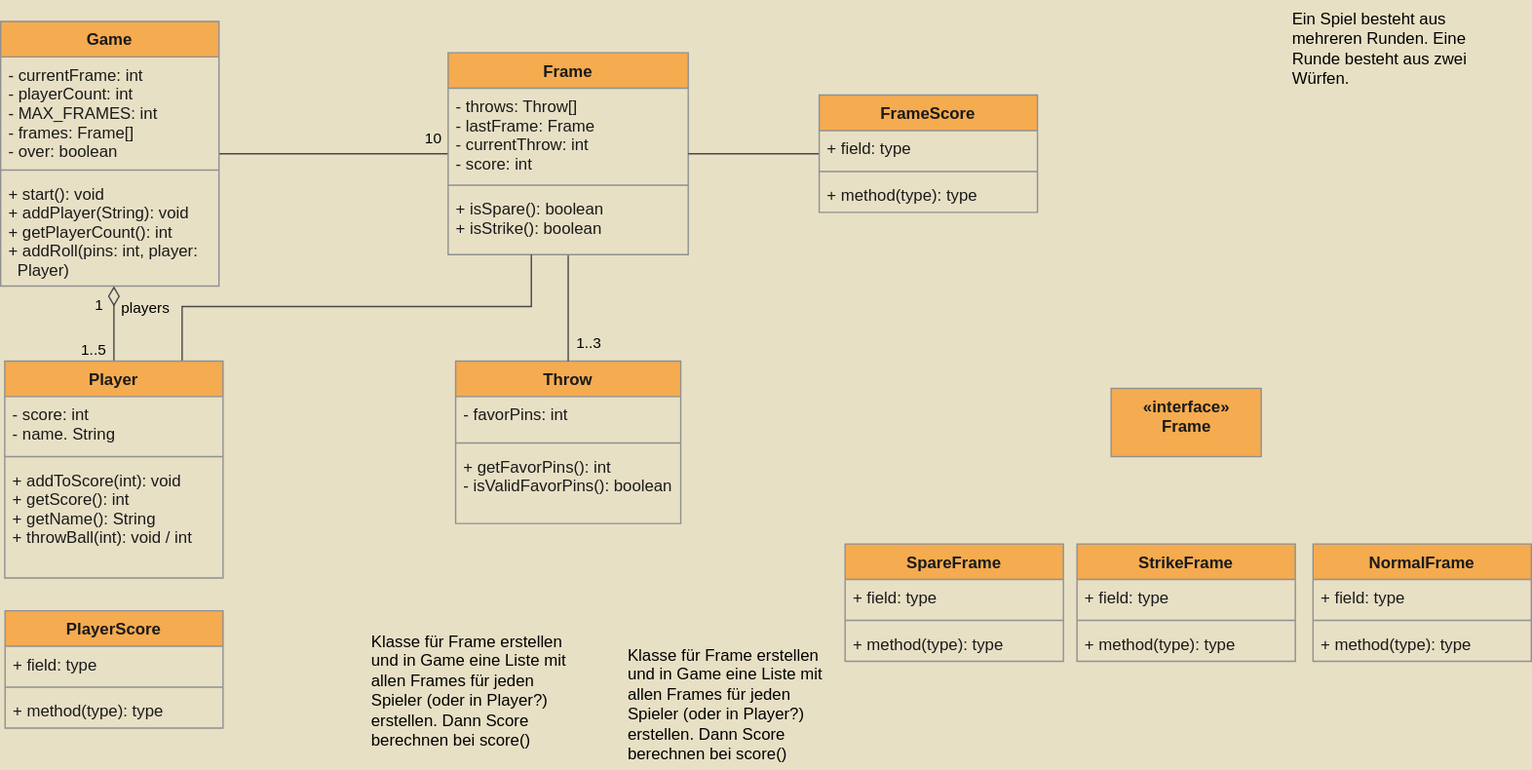
This is main.svg from fbnr1/BowlPlay, a draw.io export, as it was before one commit. Source tidied: cells renumbered, new cells last; positions are measured from the earlier drawing's top-left corner, leaving out a move shared by most shapes.
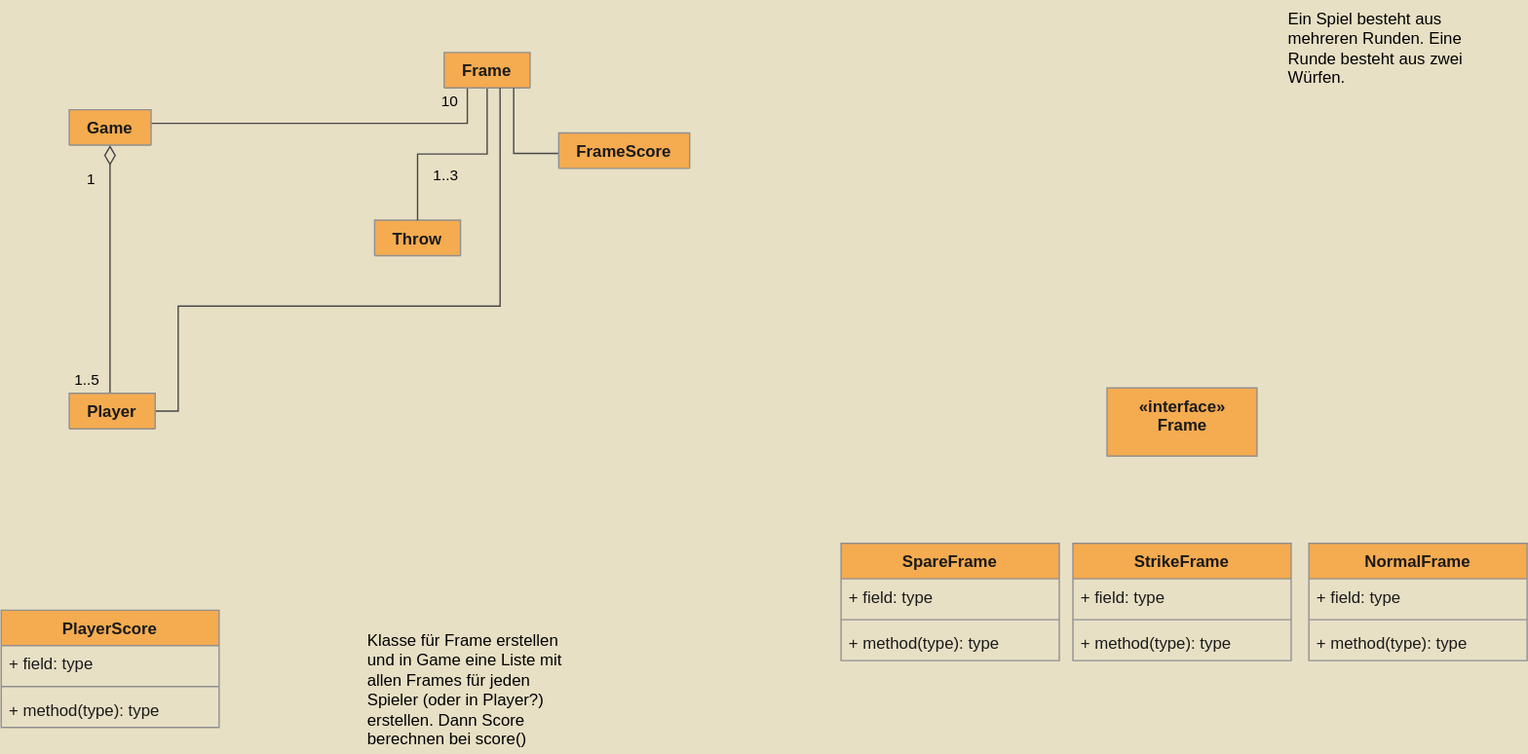
After the commit.

Change to the diagram source:
```diff
@@ -2,38 +2,24 @@
   <root>
     <mxCell id="0" />
     <mxCell id="1" parent="0" />
-    <mxCell id="2" value="Throw" style="swimlane;fontStyle=1;align=center;verticalAlign=top;horizontal=1;startSize=26;fillColor=#F5AB50;strokeColor=#909090;fontColor=#1A1A1A;" parent="1" vertex="1">
-      <mxGeometry x="333.5" y="264" width="165" height="119" as="geometry" />
+    <mxCell id="2" value="Throw" style="swimlane;fontStyle=1;align=center;verticalAlign=top;horizontal=1;startSize=26;fillColor=#F5AB50;strokeColor=#909090;fontColor=#1A1A1A;" parent="1" vertex="1" collapsed="1">
+      <mxGeometry x="277" y="161" width="63" height="26" as="geometry" />
     </mxCell>
-    <mxCell id="3" value="- favorPins: int" style="text;strokeColor=none;fillColor=none;align=left;verticalAlign=top;spacingLeft=4;spacingRight=4;overflow=hidden;fontColor=#1A1A1A;" parent="2" vertex="1">
-      <mxGeometry y="26" width="165" height="30" as="geometry" />
-    </mxCell>
-    <mxCell id="4" style="line;strokeWidth=1;fillColor=none;align=left;verticalAlign=middle;spacingTop=-1;spacingLeft=3;spacingRight=3;labelPosition=right;labelBackgroundColor=#EEEEEE;strokeColor=#909090;fontColor=#1A1A1A;" parent="2" vertex="1">
-      <mxGeometry y="56" width="165" height="8" as="geometry" />
-    </mxCell>
-    <mxCell id="5" value="+ getFavorPins(): int&#10;- isValidFavorPins(): boolean" style="text;strokeColor=none;fillColor=none;align=left;verticalAlign=top;spacingLeft=4;spacingRight=4;overflow=hidden;fontColor=#1A1A1A;" parent="2" vertex="1">
-      <mxGeometry y="64" width="165" height="55" as="geometry" />
-    </mxCell>
     <mxCell id="6" style="edgeStyle=orthogonalEdgeStyle;rounded=0;jettySize=auto;html=1;endArrow=none;endFill=0;startSize=12;endSize=12;strokeColor=#474747;" parent="1" edge="1" source="8" target="14">
-      <mxGeometry relative="1" as="geometry" />
+      <mxGeometry relative="1" as="geometry">
+        <Array as="points">
+          <mxPoint x="345" y="90" />
+        </Array>
+      </mxGeometry>
     </mxCell>
     <mxCell id="7" value="10" style="edgeLabel;html=1;align=center;verticalAlign=middle;fontColor=#000000;labelBackgroundColor=none;" parent="6" vertex="1">
       <mxGeometry x="0.68" relative="1" as="geometry">
-        <mxPoint x="15" y="-11" as="offset" />
+        <mxPoint x="1" y="-16" as="offset" />
       </mxGeometry>
     </mxCell>
-    <mxCell id="8" value="Game" style="swimlane;fontStyle=1;align=center;verticalAlign=top;horizontal=1;startSize=26;fillColor=#F5AB50;strokeColor=#909090;fontColor=#1A1A1A;" parent="1" vertex="1">
-      <mxGeometry y="15" width="160" height="194" as="geometry" />
+    <mxCell id="8" value="Game" style="swimlane;fontStyle=1;align=center;verticalAlign=top;horizontal=1;startSize=26;fillColor=#F5AB50;strokeColor=#909090;fontColor=#1A1A1A;" parent="1" vertex="1" collapsed="1">
+      <mxGeometry x="53.1" y="80" width="60" height="26" as="geometry" />
     </mxCell>
-    <mxCell id="9" value="- currentFrame: int&#10;- playerCount: int&#10;- MAX_FRAMES: int&#10;- frames: Frame[]&#10;- over: boolean&#10;" style="text;strokeColor=none;fillColor=none;align=left;verticalAlign=top;spacingLeft=4;spacingRight=4;overflow=hidden;fontColor=#1A1A1A;" parent="8" vertex="1">
-      <mxGeometry y="26" width="160" height="79" as="geometry" />
-    </mxCell>
-    <mxCell id="10" style="line;strokeWidth=1;fillColor=none;align=left;verticalAlign=middle;spacingTop=-1;spacingLeft=3;spacingRight=3;labelPosition=right;labelBackgroundColor=#EEEEEE;strokeColor=#909090;fontColor=#1A1A1A;" parent="8" vertex="1">
-      <mxGeometry y="105" width="160" height="8" as="geometry" />
-    </mxCell>
-    <mxCell id="11" value="+ start(): void&#10;+ addPlayer(String): void&#10;+ getPlayerCount(): int&#10;+ addRoll(pins: int, player: &#10;   Player)" style="text;strokeColor=none;fillColor=none;align=left;verticalAlign=top;spacingLeft=4;spacingRight=4;overflow=hidden;fontColor=#1A1A1A;" parent="8" vertex="1">
-      <mxGeometry y="113" width="160" height="81" as="geometry" />
-    </mxCell>
     <mxCell id="12" style="edgeStyle=orthogonalEdgeStyle;rounded=0;jettySize=auto;html=1;endArrow=none;endFill=0;startSize=12;endSize=12;strokeColor=#474747;" parent="1" edge="1" source="14" target="2">
       <mxGeometry relative="1" as="geometry" />
     </mxCell>
@@ -42,18 +28,9 @@
         <mxPoint x="15" y="15" as="offset" />
       </mxGeometry>
     </mxCell>
-    <mxCell id="14" value="Frame" style="swimlane;fontStyle=1;align=center;verticalAlign=top;horizontal=1;startSize=26;fillColor=#F5AB50;strokeColor=#909090;fontColor=#1A1A1A;" parent="1" vertex="1">
-      <mxGeometry x="328" y="38" width="176" height="148" as="geometry" />
+    <mxCell id="14" value="Frame" style="swimlane;fontStyle=1;align=center;verticalAlign=top;horizontal=1;startSize=26;fillColor=#F5AB50;strokeColor=#909090;fontColor=#1A1A1A;" parent="1" vertex="1" collapsed="1">
+      <mxGeometry x="328" y="38" width="63" height="26" as="geometry" />
     </mxCell>
-    <mxCell id="15" value="- throws: Throw[]&#10;- lastFrame: Frame&#10;- currentThrow: int&#10;- score: int" style="text;strokeColor=none;fillColor=none;align=left;verticalAlign=top;spacingLeft=4;spacingRight=4;overflow=hidden;fontColor=#1A1A1A;" parent="14" vertex="1">
-      <mxGeometry y="26" width="176" height="67" as="geometry" />
-    </mxCell>
-    <mxCell id="16" style="line;strokeWidth=1;fillColor=none;align=left;verticalAlign=middle;spacingTop=-1;spacingLeft=3;spacingRight=3;labelPosition=right;labelBackgroundColor=#EEEEEE;strokeColor=#909090;fontColor=#1A1A1A;" parent="14" vertex="1">
-      <mxGeometry y="93" width="176" height="8" as="geometry" />
-    </mxCell>
-    <mxCell id="17" value="+ isSpare(): boolean&#10;+ isStrike(): boolean&#10;" style="text;strokeColor=none;fillColor=none;align=left;verticalAlign=top;spacingLeft=4;spacingRight=4;overflow=hidden;fontColor=#1A1A1A;" parent="14" vertex="1">
-      <mxGeometry y="101" width="176" height="47" as="geometry" />
-    </mxCell>
     <mxCell id="18" value="&lt;font color=&quot;#000000&quot;&gt;Ein Spiel besteht aus mehreren Runden. Eine Runde besteht aus zwei Würfen.&lt;/font&gt;" style="text;html=1;strokeColor=none;fillColor=none;align=left;verticalAlign=top;whiteSpace=wrap;rounded=0;" parent="1" vertex="1">
       <mxGeometry x="945" width="160" height="69" as="geometry" />
     </mxCell>
@@ -65,41 +42,28 @@
         </Array>
       </mxGeometry>
     </mxCell>
-    <mxCell id="20" value="players" style="edgeLabel;html=1;align=center;verticalAlign=middle;labelBackgroundColor=none;fontColor=#000000;" parent="19" vertex="1">
-      <mxGeometry x="-0.32" relative="1" as="geometry">
-        <mxPoint x="23" y="-21" as="offset" />
-      </mxGeometry>
-    </mxCell>
     <mxCell id="21" value="1..5" style="edgeLabel;html=1;align=center;verticalAlign=middle;fontColor=#000000;labelBackgroundColor=none;" parent="19" vertex="1">
       <mxGeometry x="0.17" relative="1" as="geometry">
-        <mxPoint x="-15" y="24" as="offset" />
+        <mxPoint x="-17" y="97" as="offset" />
       </mxGeometry>
     </mxCell>
     <mxCell id="22" value="1" style="edgeLabel;html=1;align=center;verticalAlign=middle;fontColor=#000000;labelBackgroundColor=none;" parent="19" vertex="1">
       <mxGeometry x="0.13" y="-2" relative="1" as="geometry">
-        <mxPoint x="-13" y="-10" as="offset" />
+        <mxPoint x="-16" y="-55" as="offset" />
       </mxGeometry>
     </mxCell>
     <mxCell id="23" style="edgeStyle=orthogonalEdgeStyle;rounded=0;jettySize=auto;html=1;endArrow=none;endFill=0;startSize=12;endSize=12;strokeColor=#474747;" parent="1" edge="1" source="24" target="14">
       <mxGeometry relative="1" as="geometry">
         <Array as="points">
+          <mxPoint x="133" y="301" />
           <mxPoint x="133" y="224" />
-          <mxPoint x="389" y="224" />
+          <mxPoint x="369" y="224" />
         </Array>
       </mxGeometry>
     </mxCell>
-    <mxCell id="24" value="Player" style="swimlane;fontStyle=1;align=center;verticalAlign=top;horizontal=1;startSize=26;fillColor=#F5AB50;strokeColor=#909090;fontColor=#1A1A1A;" parent="1" vertex="1">
-      <mxGeometry x="3" y="264" width="160" height="159" as="geometry" />
+    <mxCell id="24" value="Player" style="swimlane;fontStyle=1;align=center;verticalAlign=top;horizontal=1;startSize=26;fillColor=#F5AB50;strokeColor=#909090;fontColor=#1A1A1A;" parent="1" vertex="1" collapsed="1">
+      <mxGeometry x="53.1" y="288" width="63" height="26" as="geometry" />
     </mxCell>
-    <mxCell id="25" value="- score: int&#10;- name. String" style="text;strokeColor=none;fillColor=none;align=left;verticalAlign=top;spacingLeft=4;spacingRight=4;overflow=hidden;fontColor=#1A1A1A;" parent="24" vertex="1">
-      <mxGeometry y="26" width="160" height="40" as="geometry" />
-    </mxCell>
-    <mxCell id="26" style="line;strokeWidth=1;fillColor=none;align=left;verticalAlign=middle;spacingTop=-1;spacingLeft=3;spacingRight=3;labelPosition=right;labelBackgroundColor=#EEEEEE;strokeColor=#909090;fontColor=#1A1A1A;" parent="24" vertex="1">
-      <mxGeometry y="66" width="160" height="8" as="geometry" />
-    </mxCell>
-    <mxCell id="27" value="+ addToScore(int): void &#10;+ getScore(): int&#10;+ getName(): String&#10;+ throwBall(int): void / int&#10;" style="text;strokeColor=none;fillColor=none;align=left;verticalAlign=top;spacingLeft=4;spacingRight=4;overflow=hidden;fontColor=#1A1A1A;" parent="24" vertex="1">
-      <mxGeometry y="74" width="160" height="85" as="geometry" />
-    </mxCell>
     <mxCell id="28" value="«interface»&lt;br&gt;&lt;b&gt;Frame&lt;/b&gt;" style="html=1;fontColor=#1A1A1A;fontStyle=1;verticalAlign=top;strokeColor=#909090;fillColor=#F5AB50;startSize=26;" parent="1" vertex="1">
       <mxGeometry x="814" y="284" width="110" height="50" as="geometry" />
     </mxCell>
@@ -152,25 +116,17 @@
       <mxGeometry y="60" width="159.8" height="26" as="geometry" />
     </mxCell>
     <mxCell id="45" style="edgeStyle=orthogonalEdgeStyle;rounded=0;jettySize=auto;html=1;endArrow=none;endFill=0;startSize=12;endSize=12;strokeColor=#474747;" parent="1" edge="1" source="46" target="14">
-      <mxGeometry relative="1" as="geometry" />
+      <mxGeometry relative="1" as="geometry">
+        <Array as="points">
+          <mxPoint x="379" y="112" />
+        </Array>
+      </mxGeometry>
     </mxCell>
-    <mxCell id="46" value="FrameScore" style="swimlane;fontStyle=1;align=center;verticalAlign=top;horizontal=1;startSize=26;fillColor=#F5AB50;strokeColor=#909090;fontColor=#1A1A1A;" parent="1" vertex="1">
-      <mxGeometry x="600" y="69" width="160" height="86" as="geometry" />
+    <mxCell id="46" value="FrameScore" style="swimlane;fontStyle=1;align=center;verticalAlign=top;horizontal=1;startSize=26;fillColor=#F5AB50;strokeColor=#909090;fontColor=#1A1A1A;" parent="1" vertex="1" collapsed="1">
+      <mxGeometry x="412" y="97" width="96" height="26" as="geometry" />
     </mxCell>
-    <mxCell id="47" value="+ field: type" style="text;strokeColor=none;fillColor=none;align=left;verticalAlign=top;spacingLeft=4;spacingRight=4;overflow=hidden;fontColor=#1A1A1A;" parent="46" vertex="1">
-      <mxGeometry y="26" width="160" height="26" as="geometry" />
-    </mxCell>
-    <mxCell id="48" style="line;strokeWidth=1;fillColor=none;align=left;verticalAlign=middle;spacingTop=-1;spacingLeft=3;spacingRight=3;labelPosition=right;labelBackgroundColor=#EEEEEE;strokeColor=#909090;fontColor=#1A1A1A;" parent="46" vertex="1">
-      <mxGeometry y="52" width="160" height="8" as="geometry" />
-    </mxCell>
-    <mxCell id="49" value="+ method(type): type" style="text;strokeColor=none;fillColor=none;align=left;verticalAlign=top;spacingLeft=4;spacingRight=4;overflow=hidden;fontColor=#1A1A1A;" parent="46" vertex="1">
-      <mxGeometry y="60" width="160" height="26" as="geometry" />
-    </mxCell>
     <mxCell id="50" value="&lt;font color=&quot;#000000&quot;&gt;Klasse für Frame erstellen und in Game eine Liste mit allen Frames für jeden Spieler (oder in Player?) erstellen. Dann Score berechnen bei score()&lt;/font&gt;" style="text;html=1;strokeColor=none;fillColor=none;align=left;verticalAlign=top;whiteSpace=wrap;rounded=0;" parent="1" vertex="1">
       <mxGeometry x="270" y="455.5" width="161" height="96.5" as="geometry" />
     </mxCell>
-    <mxCell id="51" value="&lt;font color=&quot;#000000&quot;&gt;Klasse für Frame erstellen und in Game eine Liste mit allen Frames für jeden Spieler (oder in Player?) erstellen. Dann Score berechnen bei score()&lt;/font&gt;" style="text;html=1;strokeColor=none;fillColor=none;align=left;verticalAlign=top;whiteSpace=wrap;rounded=0;" parent="1" vertex="1">
-      <mxGeometry x="458" y="466" width="161" height="96.5" as="geometry" />
-    </mxCell>
   </root>
 </mxGraphModel>
```
